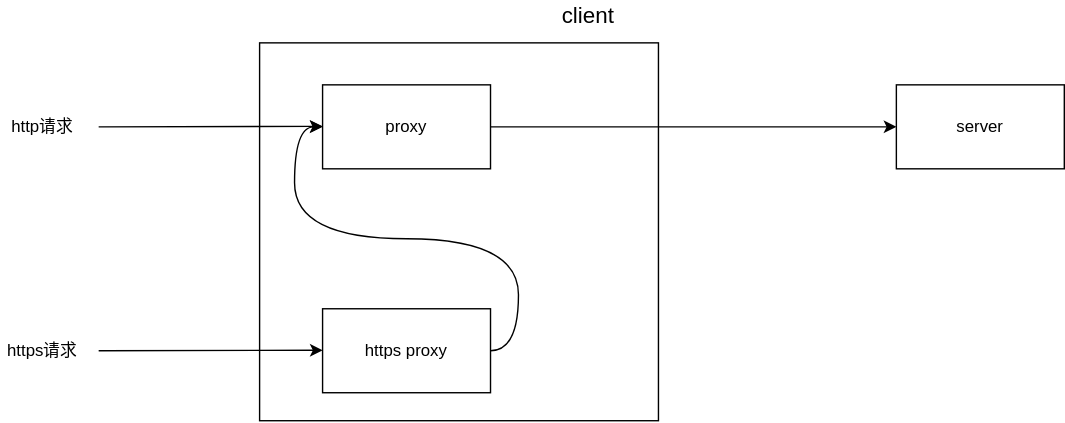
This is tc客户端http/https混用场景的处理.svg from c17abab/diag_pics, a draw.io export, as it was before one commit. Source tidied: cells renumbered, new cells last; positions are measured from the earlier drawing's top-left corner, leaving out a move shared by most shapes.
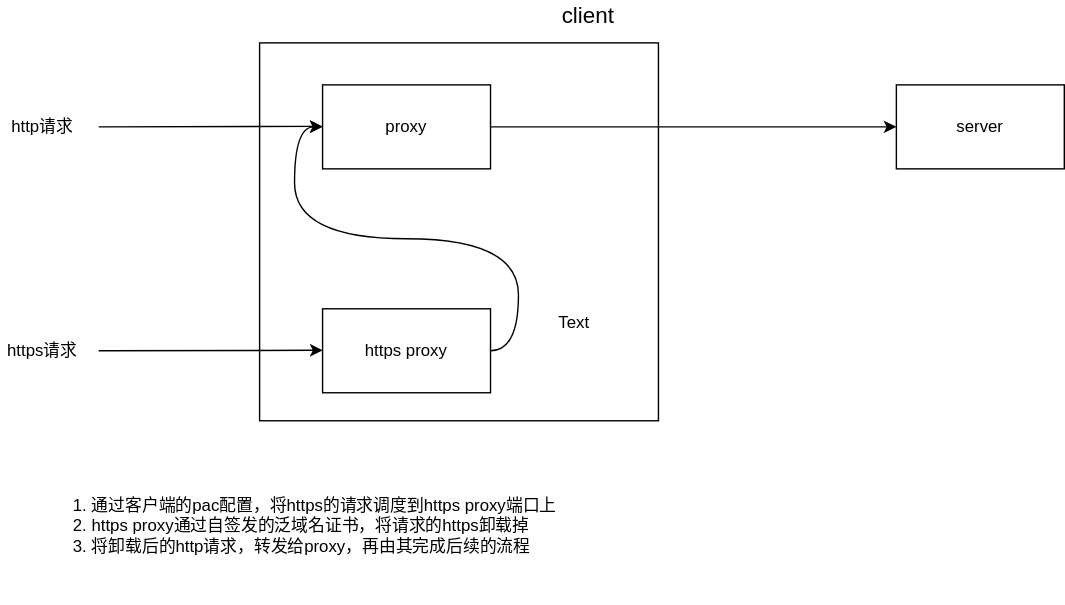
The same file after the commit.

Commit message:
更新tc客户端http/https混用场景的处理.svg

What changed in the source:
```diff
@@ -41,5 +41,11 @@
     <mxCell id="12" style="edgeStyle=orthogonalEdgeStyle;curved=1;rounded=0;jettySize=auto;html=1;exitX=1;exitY=0.5;exitDx=0;exitDy=0;entryX=0;entryY=0.5;entryDx=0;entryDy=0;" parent="1" edge="1" source="5" target="4">
       <mxGeometry relative="1" as="geometry" />
     </mxCell>
+    <mxCell id="13" value="Text" style="text;html=1;strokeColor=none;fillColor=none;align=center;verticalAlign=middle;whiteSpace=wrap;rounded=0;" parent="1" vertex="1">
+      <mxGeometry x="390" y="220" width="40" height="20" as="geometry" />
+    </mxCell>
+    <mxCell id="14" value="1. 通过客户端的pac配置，将https的请求调度到https proxy端口上&lt;br&gt;2. https proxy通过自签发的泛域名证书，将请求的https卸载掉&lt;br&gt;3. 将卸载后的http请求，转发给proxy，再由其完成后续的流程" style="text;html=1;strokeColor=none;fillColor=none;align=left;verticalAlign=middle;whiteSpace=wrap;rounded=0;horizontal=1;" parent="1" vertex="1">
+      <mxGeometry x="50" y="320" width="360" height="110" as="geometry" />
+    </mxCell>
   </root>
 </mxGraphModel>
```
